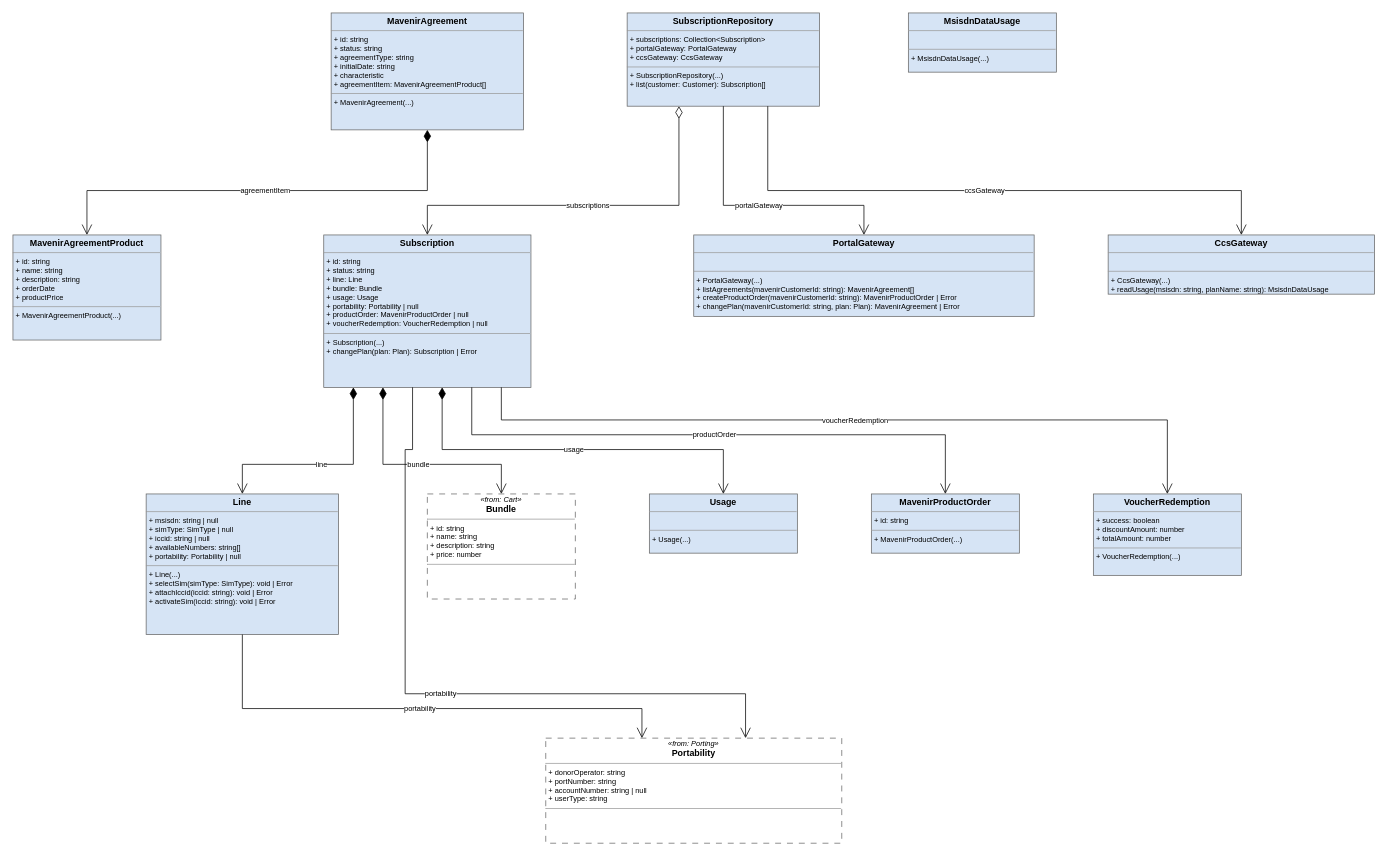
The draw.io diagram cdd_guidance/practices/clean_engineering/model/_examples/actual/from-drawio/to-drawio/subscription/subscription.drawio in abd-works/abd-context-driven-delivery, before the edit. Source tidied: cells renumbered, new cells numbered last; positions are measured from the earlier drawing's top-left corner, leaving out a move shared by most shapes. Both pictures are drawn from the tidied source at 74%, with x=0, y=0 at pixel (13, 13).
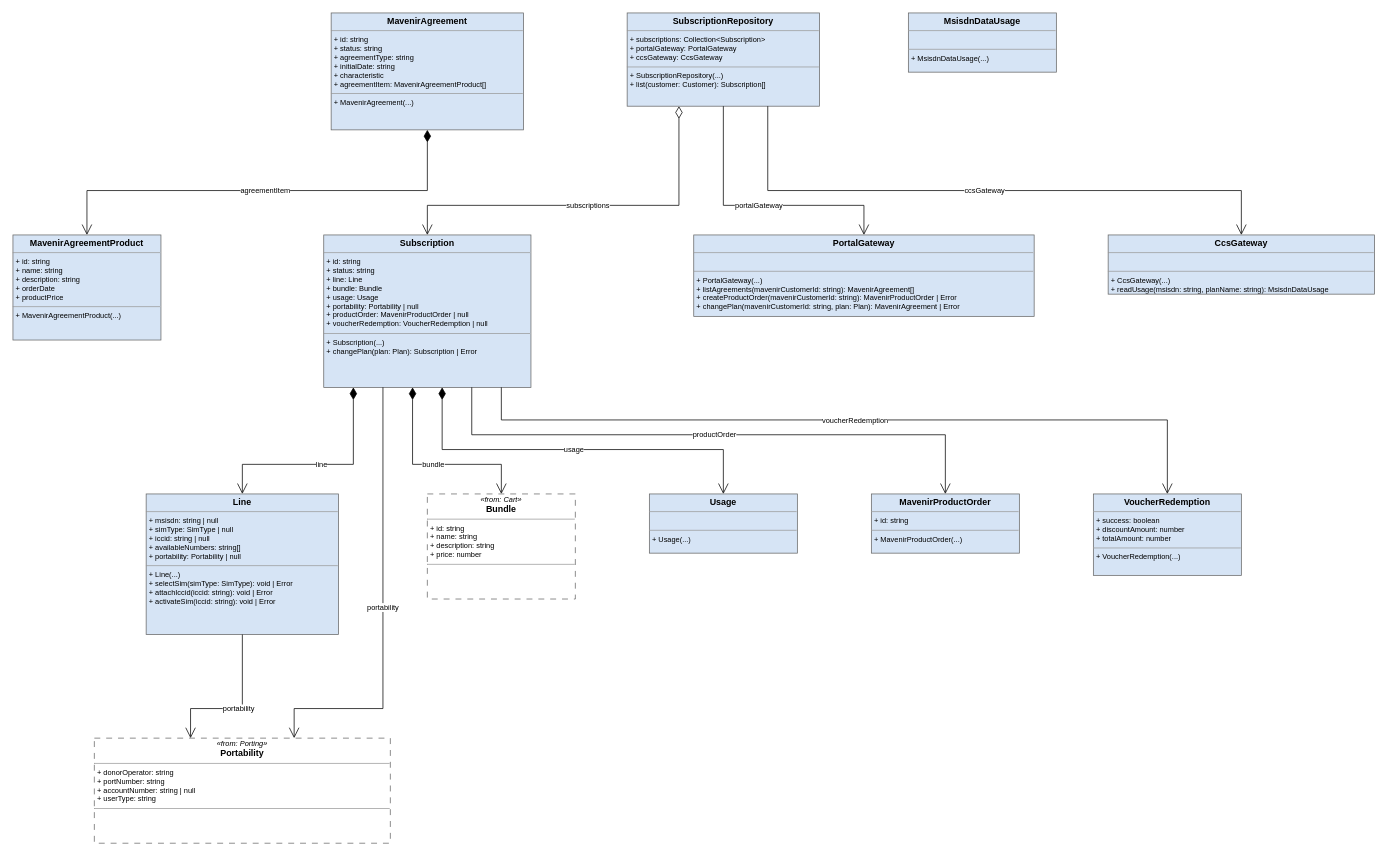
The same page after the edit.

The change refers to these unchanged cells:
```xml
<mxCell id="2" value="&lt;p style=&quot;margin:0px;margin-top:2px;text-align:center;font-size:10px;&quot;&gt;&lt;i&gt;«from: Cart»&lt;/i&gt;&lt;/p&gt;&lt;p style=&quot;margin:0px;text-align:center;&quot;&gt;&lt;b&gt;Bundle&lt;/b&gt;&lt;/p&gt;&lt;hr size=&quot;1&quot;/&gt;&lt;p style=&quot;margin:0px;margin-left:4px;font-size:10px;&quot;&gt;+ id: string&lt;br/&gt;+ name: string&lt;br/&gt;+ description: string&lt;br/&gt;+ price: number&lt;br/&gt;&lt;/p&gt;&lt;hr size=&quot;1&quot;/&gt;&lt;p style=&quot;margin:0px;margin-left:4px;font-size:10px;&quot;&gt;&lt;br/&gt;&lt;/p&gt;" style="verticalAlign=top;align=left;overflow=fill;fontSize=12;fontFamily=Helvetica;html=1;whiteSpace=wrap;dashed=1;dashPattern=8 8;strokeColor=#666666;" parent="1" vertex="1">
  <mxGeometry x="560" y="650" width="200" height="142" as="geometry" />
</mxCell>
<mxCell id="4" value="&lt;p style=&quot;margin:0px;margin-top:4px;text-align:center;&quot;&gt;&lt;b&gt;Line&lt;/b&gt;&lt;/p&gt;&lt;hr size=&quot;1&quot;/&gt;&lt;p style=&quot;margin:0px;margin-left:4px;font-size:10px;&quot;&gt;+ msisdn: string | null&lt;br/&gt;+ simType: SimType | null&lt;br/&gt;+ iccid: string | null&lt;br/&gt;+ availableNumbers: string[]&lt;br/&gt;+ portability: Portability | null&lt;br/&gt;&lt;/p&gt;&lt;hr size=&quot;1&quot;/&gt;&lt;p style=&quot;margin:0px;margin-left:4px;font-size:10px;&quot;&gt;+ Line(...)&lt;br/&gt;+ selectSim(simType: SimType): void | Error&lt;br/&gt;+ attachIccid(iccid: string): void | Error&lt;br/&gt;+ activateSim(iccid: string): void | Error&lt;br/&gt;&lt;/p&gt;" style="verticalAlign=top;align=left;overflow=fill;fontSize=12;fontFamily=Helvetica;html=1;whiteSpace=wrap;fillColor=#d6e4f5;strokeColor=#666666;module=Subscription;" parent="1" vertex="1">
  <mxGeometry x="180" y="650" width="260" height="190" as="geometry" />
</mxCell>
<mxCell id="5" value="&lt;p style=&quot;margin:0px;margin-top:4px;text-align:center;&quot;&gt;&lt;b&gt;Subscription&lt;/b&gt;&lt;/p&gt;&lt;hr size=&quot;1&quot;/&gt;&lt;p style=&quot;margin:0px;margin-left:4px;font-size:10px;&quot;&gt;+ id: string&lt;br/&gt;+ status: string&lt;br/&gt;+ line: Line&lt;br/&gt;+ bundle: Bundle&lt;br/&gt;+ usage: Usage&lt;br/&gt;+ portability: Portability | null&lt;br/&gt;+ productOrder: MavenirProductOrder | null&lt;br/&gt;+ voucherRedemption: VoucherRedemption | null&lt;br/&gt;&lt;/p&gt;&lt;hr size=&quot;1&quot;/&gt;&lt;p style=&quot;margin:0px;margin-left:4px;font-size:10px;&quot;&gt;+ Subscription(...)&lt;br/&gt;+ changePlan(plan: Plan): Subscription | Error&lt;br/&gt;&lt;/p&gt;" style="verticalAlign=top;align=left;overflow=fill;fontSize=12;fontFamily=Helvetica;html=1;whiteSpace=wrap;fillColor=#d6e4f5;strokeColor=#666666;module=Subscription;" parent="1" vertex="1">
  <mxGeometry x="420" y="300" width="280" height="206" as="geometry" />
</mxCell>
```

The edit, as a diff of the source:
```diff
@@
     <mxCell id="3" value="&lt;p style=&quot;margin:0px;margin-top:2px;text-align:center;font-size:10px;&quot;&gt;&lt;i&gt;«from: Porting»&lt;/i&gt;&lt;/p&gt;&lt;p style=&quot;margin:0px;text-align:center;&quot;&gt;&lt;b&gt;Portability&lt;/b&gt;&lt;/p&gt;&lt;hr size=&quot;1&quot;/&gt;&lt;p style=&quot;margin:0px;margin-left:4px;font-size:10px;&quot;&gt;+ donorOperator: string&lt;br/&gt;+ portNumber: string&lt;br/&gt;+ accountNumber: string | null&lt;br/&gt;+ userType: string&lt;br/&gt;&lt;/p&gt;&lt;hr size=&quot;1&quot;/&gt;&lt;p style=&quot;margin:0px;margin-left:4px;font-size:10px;&quot;&gt;&lt;br/&gt;&lt;/p&gt;" style="verticalAlign=top;align=left;overflow=fill;fontSize=12;fontFamily=Helvetica;html=1;whiteSpace=wrap;dashed=1;dashPattern=8 8;strokeColor=#666666;" parent="1" vertex="1">
-      <mxGeometry x="720" y="980" width="400" height="142" as="geometry" />
+      <mxGeometry x="110" y="980" width="400" height="142" as="geometry" />
     </mxCell>
@@
     <mxCell id="15" value="portability" style="edgeStyle=orthogonalEdgeStyle;rounded=0;html=1;fontSize=10;labelBackgroundColor=#ffffff;endArrow=open;endSize=12;exitX=0.5;exitY=1.0;exitDx=0;exitDy=0;exitPerimeter=0;entryX=0.325;entryY=0.0;entryDx=0;entryDy=0;entryPerimeter=0;" parent="1" edge="1" source="4" target="3">
       <mxGeometry relative="1" as="geometry">
         <Array as="points">
           <mxPoint x="310" y="940" />
-          <mxPoint x="850" y="940" />
+          <mxPoint x="240" y="940" />
         </Array>
       </mxGeometry>
     </mxCell>
@@
-    <mxCell id="17" value="bundle" style="edgeStyle=orthogonalEdgeStyle;rounded=0;html=1;fontSize=10;labelBackgroundColor=#ffffff;startArrow=diamondThin;startFill=1;startSize=14;endArrow=open;endSize=12;exitX=0.2857;exitY=1.0;exitDx=0;exitDy=0;exitPerimeter=0;entryX=0.5;entryY=0.0;entryDx=0;entryDy=0;entryPerimeter=0;" parent="1" edge="1" source="5" target="2">
+    <mxCell id="17" value="bundle" style="edgeStyle=orthogonalEdgeStyle;rounded=0;html=1;fontSize=10;labelBackgroundColor=#ffffff;startArrow=diamondThin;startFill=1;startSize=14;endArrow=open;endSize=12;exitX=0.4286;exitY=1.0;exitDx=0;exitDy=0;exitPerimeter=0;entryX=0.5;entryY=0.0;entryDx=0;entryDy=0;entryPerimeter=0;" parent="1" edge="1" source="5" target="2">
       <mxGeometry relative="1" as="geometry">
         <Array as="points">
-          <mxPoint x="500" y="610" />
+          <mxPoint x="540" y="610" />
           <mxPoint x="660" y="610" />
         </Array>
       </mxGeometry>
     </mxCell>
@@
-    <mxCell id="19" value="portability" style="edgeStyle=orthogonalEdgeStyle;rounded=0;html=1;fontSize=10;labelBackgroundColor=#ffffff;endArrow=open;endSize=12;exitX=0.4286;exitY=1.0;exitDx=0;exitDy=0;exitPerimeter=0;entryX=0.675;entryY=0.0;entryDx=0;entryDy=0;entryPerimeter=0;" parent="1" edge="1" source="5" target="3">
+    <mxCell id="19" value="portability" style="edgeStyle=orthogonalEdgeStyle;rounded=0;html=1;fontSize=10;labelBackgroundColor=#ffffff;endArrow=open;endSize=12;exitX=0.2857;exitY=1.0;exitDx=0;exitDy=0;exitPerimeter=0;entryX=0.675;entryY=0.0;entryDx=0;entryDy=0;entryPerimeter=0;" parent="1" edge="1" source="5" target="3">
       <mxGeometry relative="1" as="geometry">
         <Array as="points">
-          <mxPoint x="540" y="590" />
-          <mxPoint x="530" y="590" />
-          <mxPoint x="530" y="920" />
-          <mxPoint x="990" y="920" />
+          <mxPoint x="500" y="940" />
+          <mxPoint x="380" y="940" />
         </Array>
       </mxGeometry>
     </mxCell>
```
